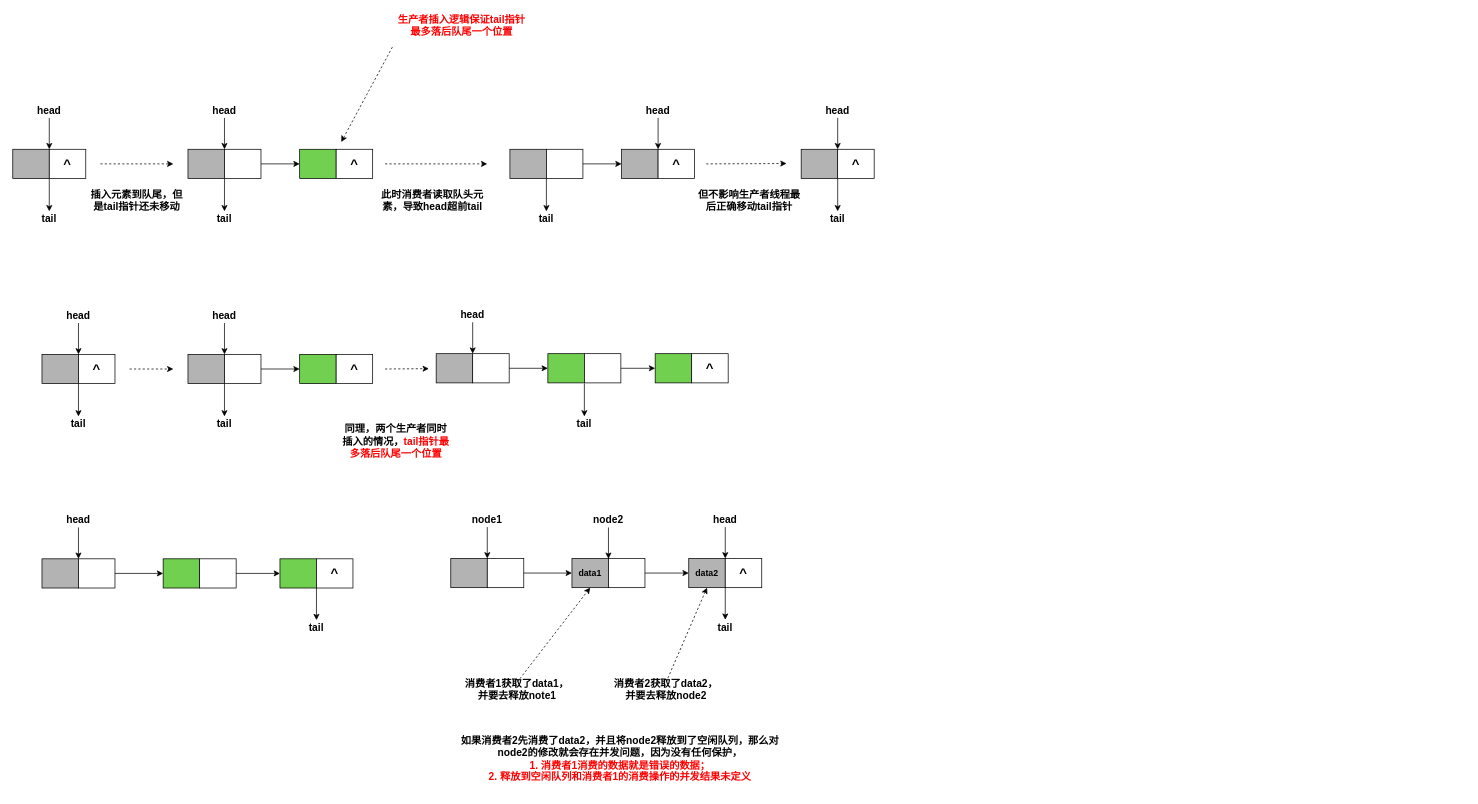
This is shm_queue_lf.drawio from walkerdu/draw_io, a draw.io file, before an edit. Source tidied: cells renumbered, new cells numbered last; positions are measured from the earlier drawing's top-left corner, leaving out a move shared by most shapes. Both pictures are drawn from the tidied source at 73%, with x=0, y=0 at pixel (12, 18).
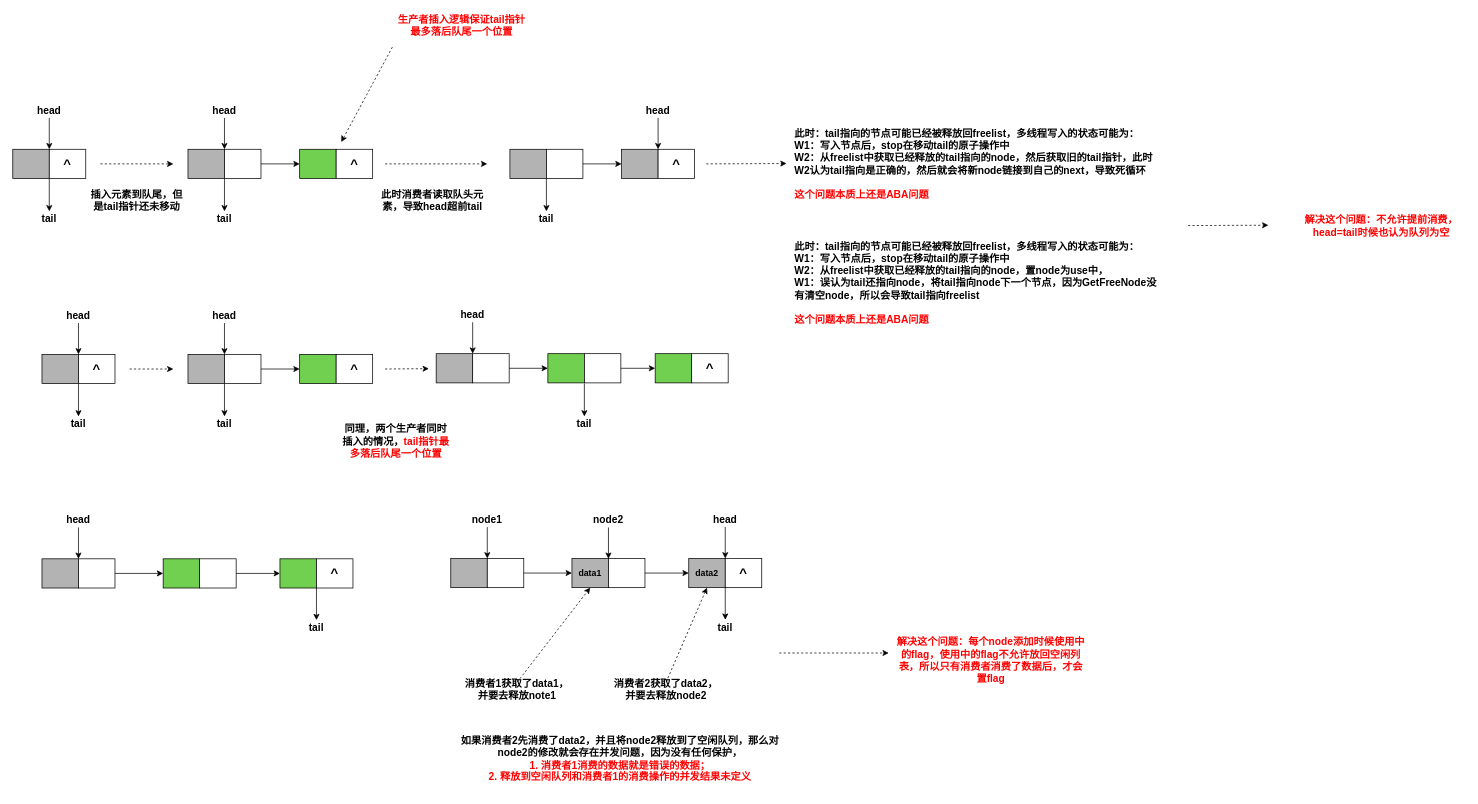
Above is the later version.

Diff of the diagram source:
```diff
@@
-    <mxCell id="31" style="group;" parent="1" vertex="1">
-      <mxGeometry x="1080" y="180" width="100" height="40" as="geometry" />
-    </mxCell>
-    <mxCell id="32" style="rounded=0;whiteSpace=wrap;html=1;fillColor=#B3B3B3;" parent="31" vertex="1">
-      <mxGeometry width="50" height="40" as="geometry" />
-    </mxCell>
-    <mxCell id="33" value="&lt;b&gt;&lt;font style=&quot;font-size: 18px&quot;&gt;^&lt;/font&gt;&lt;/b&gt;" style="rounded=0;whiteSpace=wrap;html=1;" parent="31" vertex="1">
-      <mxGeometry x="50" width="50" height="40" as="geometry" />
-    </mxCell>
-    <mxCell id="34" style="endArrow=classic;html=1;entryX=0;entryY=0;entryDx=0;entryDy=0;" parent="1" edge="1" source="35" target="33">
-      <mxGeometry relative="1" as="geometry" />
-    </mxCell>
-    <mxCell id="35" value="&lt;font style=&quot;font-size: 14px&quot;&gt;&lt;b&gt;head&lt;/b&gt;&lt;/font&gt;" style="text;html=1;strokeColor=none;fillColor=none;align=center;verticalAlign=middle;whiteSpace=wrap;rounded=0;" parent="1" vertex="1">
-      <mxGeometry x="1110" y="117" width="40" height="20" as="geometry" />
-    </mxCell>
-    <mxCell id="36" value="&lt;font style=&quot;font-size: 14px&quot;&gt;&lt;b&gt;tail&lt;/b&gt;&lt;/font&gt;" style="text;html=1;strokeColor=none;fillColor=none;align=center;verticalAlign=middle;whiteSpace=wrap;rounded=0;" parent="1" vertex="1">
-      <mxGeometry x="1110" y="265" width="40" height="20" as="geometry" />
-    </mxCell>
-    <mxCell id="37" style="endArrow=classic;html=1;exitX=1;exitY=1;exitDx=0;exitDy=0;entryX=0.5;entryY=0;entryDx=0;entryDy=0;" parent="1" edge="1" source="32" target="36">
-      <mxGeometry relative="1" as="geometry" />
-    </mxCell>
@@
-    <mxCell id="78" value="&lt;font style=&quot;font-size: 14px&quot;&gt;&lt;b&gt;但不影响生产者线程最后正确移动tail指针&lt;/b&gt;&lt;/font&gt;" style="text;html=1;strokeColor=none;fillColor=none;align=center;verticalAlign=middle;whiteSpace=wrap;rounded=0;" parent="1" vertex="1">
-      <mxGeometry x="934" y="240" width="150" height="20" as="geometry" />
-    </mxCell>
@@
+    <mxCell id="122" style="endArrow=classic;html=1;dashed=1;" parent="1" edge="1">
+      <mxGeometry relative="1" as="geometry">
+        <mxPoint x="1050" y="870" as="sourcePoint" />
+        <mxPoint x="1200" y="870" as="targetPoint" />
+      </mxGeometry>
+    </mxCell>
+    <mxCell id="123" value="&lt;span style=&quot;font-size: 14px&quot;&gt;&lt;b&gt;&lt;font color=&quot;#ff0000&quot;&gt;解决这个问题：每个node添加时候使用中的flag，使用中的flag不允许放回空闲列表，所以只有消费者消费了数据后，才会置flag&lt;/font&gt;&lt;/b&gt;&lt;/span&gt;" style="text;html=1;strokeColor=none;fillColor=none;align=center;verticalAlign=middle;whiteSpace=wrap;rounded=0;" parent="1" vertex="1">
+      <mxGeometry x="1210" y="825" width="260" height="110" as="geometry" />
+    </mxCell>
+    <mxCell id="124" value="&lt;div style=&quot;text-align: left&quot;&gt;&lt;b style=&quot;font-size: 14px&quot;&gt;此时：tail指向的节点可能已经被释放回freelist，多线程写入的状态可能为：&lt;/b&gt;&lt;/div&gt;&lt;span style=&quot;font-size: 14px&quot;&gt;&lt;div style=&quot;text-align: left&quot;&gt;&lt;b&gt;W1：写入节点后，stop在移动tail的原子操作中&lt;/b&gt;&lt;/div&gt;&lt;div style=&quot;font-weight: bold ; text-align: left&quot;&gt;&lt;b&gt;W2：从freelist中获取已经释放的tail指向的node，然后获取旧的tail指针，此时W2认为tail指向是正确的，然后就会将新node链接到自己的next，导致死循环&lt;br&gt;&lt;br&gt;&lt;/b&gt;&lt;/div&gt;&lt;div style=&quot;text-align: left&quot;&gt;&lt;b&gt;&lt;font color=&quot;#ff0000&quot;&gt;这个问题本质上还是ABA问题&lt;/font&gt;&lt;/b&gt;&lt;/div&gt;&lt;/span&gt;" style="text;html=1;strokeColor=none;fillColor=none;align=center;verticalAlign=middle;whiteSpace=wrap;rounded=0;" parent="1" vertex="1">
+      <mxGeometry x="1070" y="145" width="500" height="110" as="geometry" />
+    </mxCell>
+    <mxCell id="125" style="endArrow=classic;html=1;dashed=1;" parent="1" edge="1">
+      <mxGeometry relative="1" as="geometry">
+        <mxPoint x="1610" y="284.5" as="sourcePoint" />
+        <mxPoint x="1720" y="284" as="targetPoint" />
+      </mxGeometry>
+    </mxCell>
+    <mxCell id="126" value="&lt;span style=&quot;font-size: 14px&quot;&gt;&lt;b&gt;&lt;font color=&quot;#ff0000&quot;&gt;解决这个问题：不允许提前消费，head=tail时候也认为队列为空&lt;/font&gt;&lt;/b&gt;&lt;/span&gt;" style="text;html=1;strokeColor=none;fillColor=none;align=center;verticalAlign=middle;whiteSpace=wrap;rounded=0;" parent="1" vertex="1">
+      <mxGeometry x="1760" y="230" width="230" height="110" as="geometry" />
+    </mxCell>
+    <mxCell id="127" value="&lt;div style=&quot;text-align: left&quot;&gt;&lt;b style=&quot;font-size: 14px&quot;&gt;此时：tail指向的节点可能已经被释放回freelist，多线程写入的状态可能为：&lt;/b&gt;&lt;/div&gt;&lt;span style=&quot;font-size: 14px&quot;&gt;&lt;div style=&quot;text-align: left&quot;&gt;&lt;b&gt;W1：写入节点后，stop在移动tail的原子操作中&lt;/b&gt;&lt;/div&gt;&lt;div style=&quot;font-weight: bold ; text-align: left&quot;&gt;&lt;b&gt;W2：从freelist中获取已经释放的tail指向的node，置node为use中，&lt;br&gt;W1：误认为tail还指向node，将tail指向node下一个节点，因为GetFreeNode没有清空node，所以会导致tail指向freelist&lt;br&gt;&lt;br&gt;&lt;/b&gt;&lt;/div&gt;&lt;div style=&quot;text-align: left&quot;&gt;&lt;b&gt;&lt;font color=&quot;#ff0000&quot;&gt;这个问题本质上还是ABA问题&lt;/font&gt;&lt;/b&gt;&lt;/div&gt;&lt;/span&gt;" style="text;html=1;strokeColor=none;fillColor=none;align=center;verticalAlign=middle;whiteSpace=wrap;rounded=0;" parent="1" vertex="1">
+      <mxGeometry x="1070" y="308" width="500" height="110" as="geometry" />
+    </mxCell>
```
